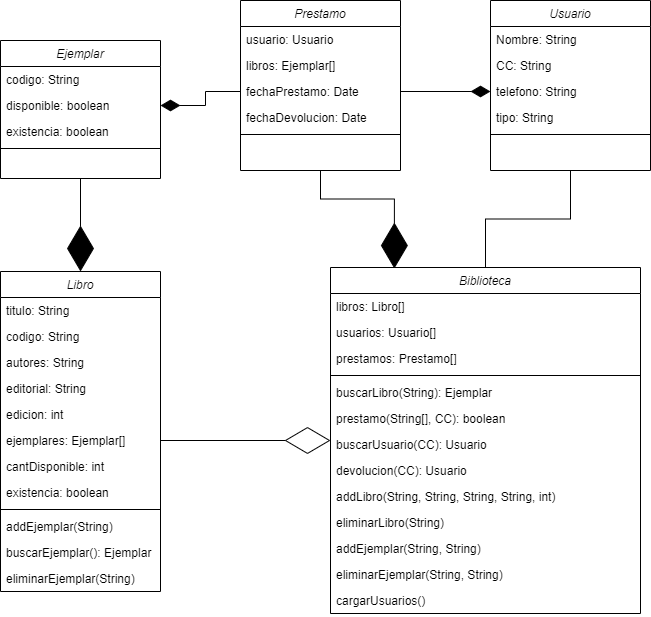
Earlier version of the draw.io export src/biblioteca/Biblioteca_UML.png (Juanipis/estructuras_datos_java_eia). Source tidied: cells renumbered, new cells last; positions are measured from the earlier drawing's top-left corner, leaving out a move shared by most shapes.
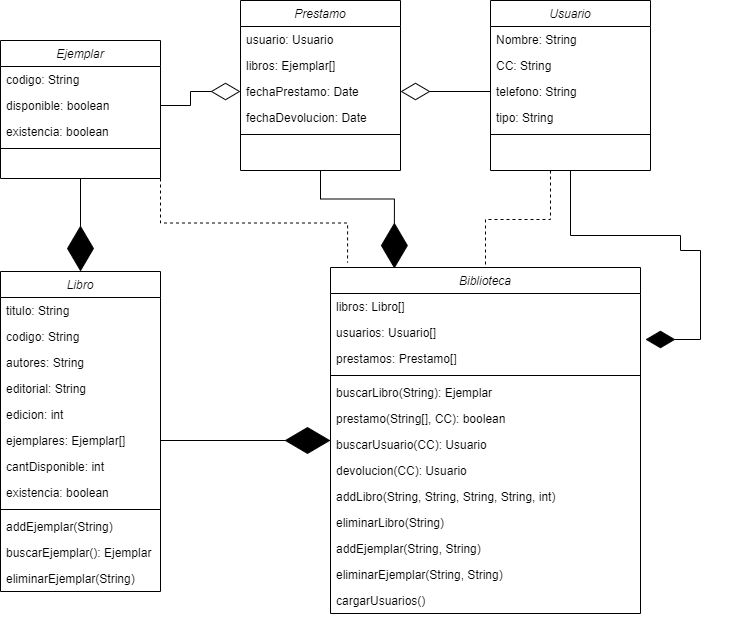
The same file after the commit.

Diff of the diagram source:
```diff
@@ -5,6 +5,9 @@
     <mxCell id="2" style="edgeStyle=orthogonalEdgeStyle;rounded=0;jettySize=auto;html=1;entryX=0.5;entryY=0;entryDx=0;entryDy=0;endArrow=diamondThin;endFill=1;endSize=43;" parent="1" edge="1" source="3" target="22">
       <mxGeometry relative="1" as="geometry" />
     </mxCell>
+    <mxCell id="52" style="edgeStyle=orthogonalEdgeStyle;rounded=0;jettySize=auto;html=1;exitX=1;exitY=1;exitDx=0;exitDy=0;entryX=0.055;entryY=-0.014;entryDx=0;entryDy=0;entryPerimeter=0;startArrow=none;startFill=0;endArrow=none;endFill=0;startSize=38;endSize=27;sourcePerimeterSpacing=0;targetPerimeterSpacing=0;dashed=1;" parent="1" edge="1" source="3" target="35">
+      <mxGeometry relative="1" as="geometry" />
+    </mxCell>
     <mxCell id="3" value="Ejemplar" style="swimlane;fontStyle=2;align=center;verticalAlign=top;horizontal=1;startSize=26;rounded=0;shadow=0;strokeWidth=1;" parent="1" vertex="1">
       <mxGeometry y="40" width="160" height="138" as="geometry" />
     </mxCell>
@@ -41,9 +44,25 @@
     <mxCell id="14" style="line;html=1;strokeWidth=1;align=left;verticalAlign=middle;spacingTop=-1;spacingLeft=3;spacingRight=3;labelPosition=right;" parent="9" vertex="1">
       <mxGeometry y="130" width="160" height="8" as="geometry" />
     </mxCell>
-    <mxCell id="15" style="edgeStyle=orthogonalEdgeStyle;rounded=0;jettySize=auto;html=1;endArrow=none;endFill=0;endSize=43;" parent="1" edge="1" source="16" target="35">
-      <mxGeometry relative="1" as="geometry" />
+    <mxCell id="15" style="edgeStyle=orthogonalEdgeStyle;rounded=0;jettySize=auto;html=1;entryX=0.5;entryY=0;entryDx=0;entryDy=0;dashed=1;startArrow=none;startFill=0;endArrow=none;endFill=0;startSize=38;endSize=27;sourcePerimeterSpacing=0;targetPerimeterSpacing=0;" parent="1" edge="1" source="16" target="35">
+      <mxGeometry relative="1" as="geometry">
+        <Array as="points">
+          <mxPoint x="550" y="219" />
+          <mxPoint x="485" y="219" />
+        </Array>
+      </mxGeometry>
     </mxCell>
+    <mxCell id="53" style="edgeStyle=orthogonalEdgeStyle;rounded=0;jettySize=auto;html=1;entryX=1.016;entryY=0.769;entryDx=0;entryDy=0;entryPerimeter=0;startArrow=none;startFill=0;endArrow=diamondThin;endFill=1;startSize=38;endSize=27;sourcePerimeterSpacing=0;targetPerimeterSpacing=0;" parent="1" edge="1" source="16" target="37">
+      <mxGeometry relative="1" as="geometry">
+        <Array as="points">
+          <mxPoint x="570" y="235" />
+          <mxPoint x="680" y="235" />
+          <mxPoint x="680" y="250" />
+          <mxPoint x="700" y="250" />
+          <mxPoint x="700" y="339" />
+        </Array>
+      </mxGeometry>
+    </mxCell>
     <mxCell id="16" value="Usuario" style="swimlane;fontStyle=2;align=center;verticalAlign=top;horizontal=1;startSize=26;rounded=0;shadow=0;strokeWidth=1;" parent="1" vertex="1">
       <mxGeometry x="490" width="160" height="170" as="geometry" />
     </mxCell>
@@ -143,14 +162,14 @@
     <mxCell id="48" value="cargarUsuarios()" style="text;align=left;verticalAlign=top;spacingLeft=4;spacingRight=4;overflow=hidden;rounded=0;shadow=0;html=0;" parent="35" vertex="1">
       <mxGeometry y="320" width="310" height="26" as="geometry" />
     </mxCell>
-    <mxCell id="49" style="edgeStyle=orthogonalEdgeStyle;rounded=0;jettySize=auto;html=1;endArrow=diamondThin;endFill=0;endSize=43;" parent="1" edge="1" source="28" target="35">
+    <mxCell id="49" style="edgeStyle=orthogonalEdgeStyle;rounded=0;jettySize=auto;html=1;endArrow=diamondThin;endFill=1;endSize=43;startArrow=none;startFill=0;sourcePerimeterSpacing=0;startSize=38;" parent="1" edge="1" source="28" target="35">
       <mxGeometry relative="1" as="geometry" />
     </mxCell>
-    <mxCell id="50" style="edgeStyle=orthogonalEdgeStyle;rounded=0;jettySize=auto;html=1;entryX=1;entryY=0.5;entryDx=0;entryDy=0;endArrow=diamondThin;endFill=1;startArrow=none;startFill=0;endSize=17;" parent="1" edge="1" source="12" target="5">
-      <mxGeometry relative="1" as="geometry" />
-    </mxCell>
-    <mxCell id="51" style="edgeStyle=orthogonalEdgeStyle;rounded=0;jettySize=auto;html=1;entryX=0;entryY=0.5;entryDx=0;entryDy=0;startArrow=none;startFill=0;endArrow=diamondThin;endFill=1;endSize=17;" parent="1" edge="1" source="12" target="19">
-      <mxGeometry relative="1" as="geometry" />
-    </mxCell>
+    <mxCell id="54" style="edgeStyle=orthogonalEdgeStyle;rounded=0;jettySize=auto;html=1;startArrow=none;startFill=0;endArrow=diamondThin;endFill=0;startSize=38;endSize=27;sourcePerimeterSpacing=0;targetPerimeterSpacing=0;" parent="1" edge="1" source="19" target="12">
+      <mxGeometry relative="1" as="geometry" />
+    </mxCell>
+    <mxCell id="55" style="edgeStyle=orthogonalEdgeStyle;rounded=0;jettySize=auto;html=1;entryX=0;entryY=0.5;entryDx=0;entryDy=0;startArrow=none;startFill=0;endArrow=diamondThin;endFill=0;startSize=38;endSize=27;sourcePerimeterSpacing=0;targetPerimeterSpacing=0;" parent="1" edge="1" source="5" target="12">
+      <mxGeometry relative="1" as="geometry" />
+    </mxCell>
   </root>
 </mxGraphModel>
```
